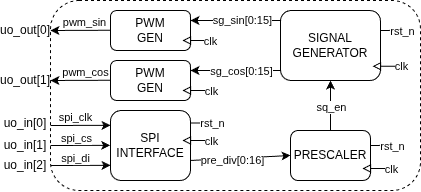
Before: docs/scheme.drawio.png, a diagram exported from draw.io (fran-retfie/GF26b-qsdss). Source tidied: cells renumbered, new cells last; positions are measured from the earlier drawing's top-left corner, leaving out a move shared by most shapes.
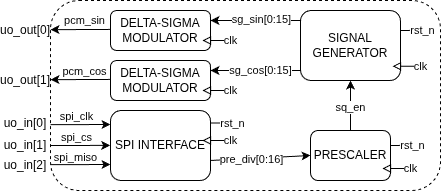
Later version of the same file.

What changed in the source:
```diff
@@ -2,25 +2,28 @@
   <root>
     <mxCell id="0" />
     <mxCell id="1" parent="0" />
+    <mxCell id="39" style="rounded=1;whiteSpace=wrap;html=1;fillColor=none;dashed=1;" parent="1" vertex="1">
+      <mxGeometry x="50" width="390" height="190" as="geometry" />
+    </mxCell>
     <mxCell id="2" value="PRESCALER" style="rounded=1;whiteSpace=wrap;html=1;" parent="1" vertex="1">
-      <mxGeometry x="290" y="130" width="80" height="50" as="geometry" />
+      <mxGeometry x="310" y="130" width="80" height="50" as="geometry" />
     </mxCell>
     <mxCell id="3" value="SIGNAL&lt;br&gt;GENERATOR" style="rounded=1;whiteSpace=wrap;html=1;" parent="1" vertex="1">
-      <mxGeometry x="280" y="10" width="100" height="70" as="geometry" />
+      <mxGeometry x="300" y="10" width="100" height="70" as="geometry" />
     </mxCell>
     <mxCell id="4" style="endArrow=classic;html=1;entryX=1;entryY=0.5;entryDx=0;entryDy=0;exitX=0;exitY=0.2;exitDx=0;exitDy=0;exitPerimeter=0;" parent="1" edge="1">
       <mxGeometry relative="1" as="geometry">
-        <mxPoint x="280" y="20" as="sourcePoint" />
-        <mxPoint x="190" y="20" as="targetPoint" />
+        <mxPoint x="300" y="20" as="sourcePoint" />
+        <mxPoint x="210" y="20" as="targetPoint" />
         <Array as="points">
-          <mxPoint x="200" y="20" />
+          <mxPoint x="220" y="20" />
         </Array>
       </mxGeometry>
     </mxCell>
     <mxCell id="5" style="endArrow=classic;html=1;entryX=1;entryY=0.5;entryDx=0;entryDy=0;exitX=0;exitY=0.8;exitDx=0;exitDy=0;exitPerimeter=0;" parent="1" edge="1">
       <mxGeometry relative="1" as="geometry">
-        <mxPoint x="280" y="70" as="sourcePoint" />
-        <mxPoint x="190" y="70" as="targetPoint" />
+        <mxPoint x="300" y="70" as="sourcePoint" />
+        <mxPoint x="210" y="70" as="targetPoint" />
       </mxGeometry>
     </mxCell>
     <mxCell id="6" value="sg_cos[0:15]" style="edgeLabel;html=1;align=center;verticalAlign=middle;" parent="5" vertex="1">
@@ -28,27 +31,27 @@
         <mxPoint x="-11" y="-1" as="offset" />
       </mxGeometry>
     </mxCell>
-    <mxCell id="7" value="PWM&lt;br&gt;GEN" style="rounded=1;whiteSpace=wrap;html=1;" parent="1" vertex="1">
-      <mxGeometry x="110" y="10" width="80" height="40" as="geometry" />
+    <mxCell id="7" value="DELTA-SIGMA&lt;br&gt;MODULATOR" style="rounded=1;whiteSpace=wrap;html=1;" parent="1" vertex="1">
+      <mxGeometry x="110" y="10" width="100" height="40" as="geometry" />
     </mxCell>
-    <mxCell id="8" value="PWM&lt;br&gt;GEN" style="rounded=1;whiteSpace=wrap;html=1;" parent="1" vertex="1">
-      <mxGeometry x="110" y="60" width="80" height="40" as="geometry" />
+    <mxCell id="8" value="DELTA-SIGMA&lt;br&gt;MODULATOR" style="rounded=1;whiteSpace=wrap;html=1;" parent="1" vertex="1">
+      <mxGeometry x="110" y="60" width="100" height="40" as="geometry" />
     </mxCell>
     <mxCell id="9" style="endArrow=classic;html=1;" parent="1" edge="1">
       <mxGeometry relative="1" as="geometry">
-        <mxPoint x="110" y="29.8" as="sourcePoint" />
-        <mxPoint x="50" y="30" as="targetPoint" />
+        <mxPoint x="110" y="28.9" as="sourcePoint" />
+        <mxPoint x="50" y="29.2" as="targetPoint" />
       </mxGeometry>
     </mxCell>
-    <mxCell id="10" value="pwm_sin" style="edgeLabel;html=1;align=center;verticalAlign=middle;" parent="9" vertex="1">
+    <mxCell id="10" value="pcm_sin" style="edgeLabel;html=1;align=center;verticalAlign=middle;" parent="9" vertex="1">
       <mxGeometry x="-0.44" y="2" relative="1" as="geometry">
         <mxPoint x="-10" y="-11" as="offset" />
       </mxGeometry>
     </mxCell>
     <mxCell id="11" style="endArrow=classic;html=1;" parent="1" edge="1">
       <mxGeometry relative="1" as="geometry">
-        <mxPoint x="110" y="79.8" as="sourcePoint" />
-        <mxPoint x="50" y="80" as="targetPoint" />
+        <mxPoint x="110" y="78.9" as="sourcePoint" />
+        <mxPoint x="50" y="79.2" as="targetPoint" />
       </mxGeometry>
     </mxCell>
     <mxCell id="12" style="edgeStyle=none;html=1;exitX=0.5;exitY=0;exitDx=0;exitDy=0;entryX=0.5;entryY=1;entryDx=0;entryDy=0;" parent="1" edge="1" source="2" target="3">
@@ -63,12 +66,12 @@
       <mxGeometry relative="1" as="geometry" />
     </mxCell>
     <mxCell id="15" value="SPI INTERFACE" style="rounded=1;whiteSpace=wrap;html=1;" parent="1" vertex="1">
-      <mxGeometry x="110" y="110" width="80" height="70" as="geometry" />
+      <mxGeometry x="110" y="110" width="100" height="70" as="geometry" />
     </mxCell>
     <mxCell id="16" style="endArrow=classic;html=1;" parent="1" edge="1">
       <mxGeometry relative="1" as="geometry">
-        <mxPoint x="50" y="125" as="sourcePoint" />
-        <mxPoint x="110" y="124.8" as="targetPoint" />
+        <mxPoint x="50" y="124.2" as="sourcePoint" />
+        <mxPoint x="110" y="124" as="targetPoint" />
       </mxGeometry>
     </mxCell>
     <mxCell id="17" value="spi_clk" style="edgeLabel;html=1;align=center;verticalAlign=middle;" parent="16" vertex="1">
@@ -79,7 +82,7 @@
     <mxCell id="18" style="endArrow=classic;html=1;" parent="1" edge="1">
       <mxGeometry relative="1" as="geometry">
         <mxPoint x="50" y="145" as="sourcePoint" />
-        <mxPoint x="109.7" y="144.8" as="targetPoint" />
+        <mxPoint x="109.7" y="144.9" as="targetPoint" />
       </mxGeometry>
     </mxCell>
     <mxCell id="19" value="spi_cs" style="edgeLabel;html=1;align=center;verticalAlign=middle;" parent="18" vertex="1">
@@ -89,34 +92,34 @@
     </mxCell>
     <mxCell id="20" style="endArrow=classic;html=1;" parent="1" edge="1">
       <mxGeometry relative="1" as="geometry">
-        <mxPoint x="50" y="165" as="sourcePoint" />
-        <mxPoint x="110" y="164.8" as="targetPoint" />
+        <mxPoint x="50" y="164.2" as="sourcePoint" />
+        <mxPoint x="110" y="164" as="targetPoint" />
       </mxGeometry>
     </mxCell>
-    <mxCell id="21" value="spi_di" style="edgeLabel;html=1;align=center;verticalAlign=middle;" parent="20" vertex="1">
+    <mxCell id="21" value="spi_miso" style="edgeLabel;html=1;align=center;verticalAlign=middle;" parent="20" vertex="1">
       <mxGeometry x="-0.41" y="1" relative="1" as="geometry">
         <mxPoint x="7" y="-7" as="offset" />
       </mxGeometry>
     </mxCell>
-    <mxCell id="22" value="pwm_cos" style="edgeLabel;html=1;align=center;verticalAlign=middle;" parent="1" vertex="1">
-      <mxGeometry x="75" y="83" as="geometry">
+    <mxCell id="22" value="pcm_cos" style="edgeLabel;html=1;align=center;verticalAlign=middle;" parent="1" vertex="1">
+      <mxGeometry x="75" y="82.2" as="geometry">
         <mxPoint x="9" y="-12" as="offset" />
       </mxGeometry>
     </mxCell>
     <mxCell id="23" value="sg_sin[0:15]" style="edgeLabel;html=1;align=center;verticalAlign=middle;" parent="1" vertex="1">
-      <mxGeometry x="240" y="20" as="geometry">
+      <mxGeometry x="260" y="20" as="geometry">
         <mxPoint x="1" y="-1" as="offset" />
       </mxGeometry>
     </mxCell>
     <mxCell id="24" value="pre_div[0:16]" style="edgeLabel;html=1;align=center;verticalAlign=middle;" parent="1" vertex="1">
-      <mxGeometry x="230" y="160" as="geometry">
+      <mxGeometry x="250" y="160" as="geometry">
         <mxPoint x="1" y="-1" as="offset" />
       </mxGeometry>
     </mxCell>
     <mxCell id="25" style="endArrow=none;html=1;startArrow=block;startFill=0;exitX=0.875;exitY=0.25;exitDx=0;exitDy=0;exitPerimeter=0;" parent="1" edge="1">
       <mxGeometry relative="1" as="geometry">
-        <mxPoint x="182" y="40" as="sourcePoint" />
-        <mxPoint x="210" y="40" as="targetPoint" />
+        <mxPoint x="202" y="40" as="sourcePoint" />
+        <mxPoint x="230" y="40" as="targetPoint" />
       </mxGeometry>
     </mxCell>
     <mxCell id="26" value="clk" style="edgeLabel;html=1;align=center;verticalAlign=middle;" parent="25" vertex="1">
@@ -126,39 +129,39 @@
     </mxCell>
     <mxCell id="27" style="endArrow=none;html=1;startArrow=block;startFill=0;exitX=0.875;exitY=0.25;exitDx=0;exitDy=0;exitPerimeter=0;" parent="1" edge="1">
       <mxGeometry relative="1" as="geometry">
-        <mxPoint x="182" y="90" as="sourcePoint" />
-        <mxPoint x="210" y="90" as="targetPoint" />
+        <mxPoint x="202" y="90" as="sourcePoint" />
+        <mxPoint x="230" y="90" as="targetPoint" />
       </mxGeometry>
     </mxCell>
     <mxCell id="28" value="clk" style="edgeLabel;html=1;align=center;verticalAlign=middle;" parent="1" vertex="1">
-      <mxGeometry x="210" y="90" as="geometry" />
+      <mxGeometry x="230" y="90" as="geometry" />
     </mxCell>
     <mxCell id="29" style="endArrow=none;html=1;startArrow=block;startFill=0;exitX=0.875;exitY=0.25;exitDx=0;exitDy=0;exitPerimeter=0;" parent="1" edge="1">
       <mxGeometry relative="1" as="geometry">
-        <mxPoint x="182" y="140" as="sourcePoint" />
-        <mxPoint x="210" y="140" as="targetPoint" />
+        <mxPoint x="202" y="140" as="sourcePoint" />
+        <mxPoint x="230" y="140" as="targetPoint" />
       </mxGeometry>
     </mxCell>
     <mxCell id="30" value="clk" style="edgeLabel;html=1;align=center;verticalAlign=middle;" parent="1" vertex="1">
-      <mxGeometry x="210" y="140" as="geometry" />
+      <mxGeometry x="230" y="140" as="geometry" />
     </mxCell>
     <mxCell id="31" style="endArrow=none;html=1;startArrow=block;startFill=0;exitX=0.875;exitY=0.25;exitDx=0;exitDy=0;exitPerimeter=0;" parent="1" edge="1">
       <mxGeometry relative="1" as="geometry">
-        <mxPoint x="372" y="65.7" as="sourcePoint" />
-        <mxPoint x="400" y="65.7" as="targetPoint" />
+        <mxPoint x="392" y="65.7" as="sourcePoint" />
+        <mxPoint x="420" y="65.7" as="targetPoint" />
       </mxGeometry>
     </mxCell>
     <mxCell id="32" value="clk" style="edgeLabel;html=1;align=center;verticalAlign=middle;" parent="1" vertex="1">
-      <mxGeometry x="400" y="65.7" as="geometry" />
+      <mxGeometry x="420" y="65.7" as="geometry" />
     </mxCell>
     <mxCell id="33" style="endArrow=none;html=1;startArrow=block;startFill=0;exitX=0.875;exitY=0.25;exitDx=0;exitDy=0;exitPerimeter=0;" parent="1" edge="1">
       <mxGeometry relative="1" as="geometry">
-        <mxPoint x="362" y="168" as="sourcePoint" />
-        <mxPoint x="390" y="168" as="targetPoint" />
+        <mxPoint x="382" y="168" as="sourcePoint" />
+        <mxPoint x="410" y="168" as="targetPoint" />
       </mxGeometry>
     </mxCell>
     <mxCell id="34" value="clk" style="edgeLabel;html=1;align=center;verticalAlign=middle;" parent="1" vertex="1">
-      <mxGeometry x="390" y="168" as="geometry" />
+      <mxGeometry x="410" y="168" as="geometry" />
     </mxCell>
     <mxCell id="35" value="uo_out[0]" style="text;html=1;strokeColor=none;fillColor=none;align=center;verticalAlign=middle;whiteSpace=wrap;rounded=0;" parent="1" vertex="1">
       <mxGeometry y="20" width="50" height="20" as="geometry" />
@@ -172,16 +175,13 @@
     <mxCell id="38" value="uo_in[1]" style="text;html=1;strokeColor=none;fillColor=none;align=center;verticalAlign=middle;whiteSpace=wrap;rounded=0;" parent="1" vertex="1">
       <mxGeometry y="137.5" width="50" height="15" as="geometry" />
     </mxCell>
-    <mxCell id="39" style="rounded=1;whiteSpace=wrap;html=1;fillColor=none;dashed=1;" parent="1" vertex="1">
-      <mxGeometry x="50" width="370" height="190" as="geometry" />
-    </mxCell>
     <mxCell id="40" value="uo_in[2]" style="text;html=1;strokeColor=none;fillColor=none;align=center;verticalAlign=middle;whiteSpace=wrap;rounded=0;" parent="1" vertex="1">
       <mxGeometry y="160" width="50" height="10" as="geometry" />
     </mxCell>
     <mxCell id="41" style="endArrow=none;html=1;startArrow=none;startFill=0;" parent="1" edge="1">
       <mxGeometry relative="1" as="geometry">
-        <mxPoint x="380" y="30" as="sourcePoint" />
-        <mxPoint x="400" y="29.9" as="targetPoint" />
+        <mxPoint x="400" y="30" as="sourcePoint" />
+        <mxPoint x="420" y="29.9" as="targetPoint" />
       </mxGeometry>
     </mxCell>
     <mxCell id="42" value="rst_n" style="edgeLabel;html=1;align=center;verticalAlign=middle;" parent="41" vertex="1">
@@ -191,8 +191,8 @@
     </mxCell>
     <mxCell id="43" style="endArrow=none;html=1;startArrow=none;startFill=0;" parent="1" edge="1">
       <mxGeometry relative="1" as="geometry">
-        <mxPoint x="370" y="145" as="sourcePoint" />
-        <mxPoint x="390" y="144.9" as="targetPoint" />
+        <mxPoint x="390" y="145" as="sourcePoint" />
+        <mxPoint x="410" y="144.9" as="targetPoint" />
       </mxGeometry>
     </mxCell>
     <mxCell id="44" value="rst_n" style="edgeLabel;html=1;align=center;verticalAlign=middle;" parent="43" vertex="1">
@@ -202,8 +202,8 @@
     </mxCell>
     <mxCell id="45" style="endArrow=none;html=1;startArrow=none;startFill=0;" parent="1" edge="1">
       <mxGeometry relative="1" as="geometry">
-        <mxPoint x="190" y="122.5" as="sourcePoint" />
-        <mxPoint x="210" y="122.4" as="targetPoint" />
+        <mxPoint x="210" y="122.5" as="sourcePoint" />
+        <mxPoint x="230" y="122.4" as="targetPoint" />
       </mxGeometry>
     </mxCell>
     <mxCell id="46" value="rst_n" style="edgeLabel;html=1;align=center;verticalAlign=middle;" parent="45" vertex="1">
```
